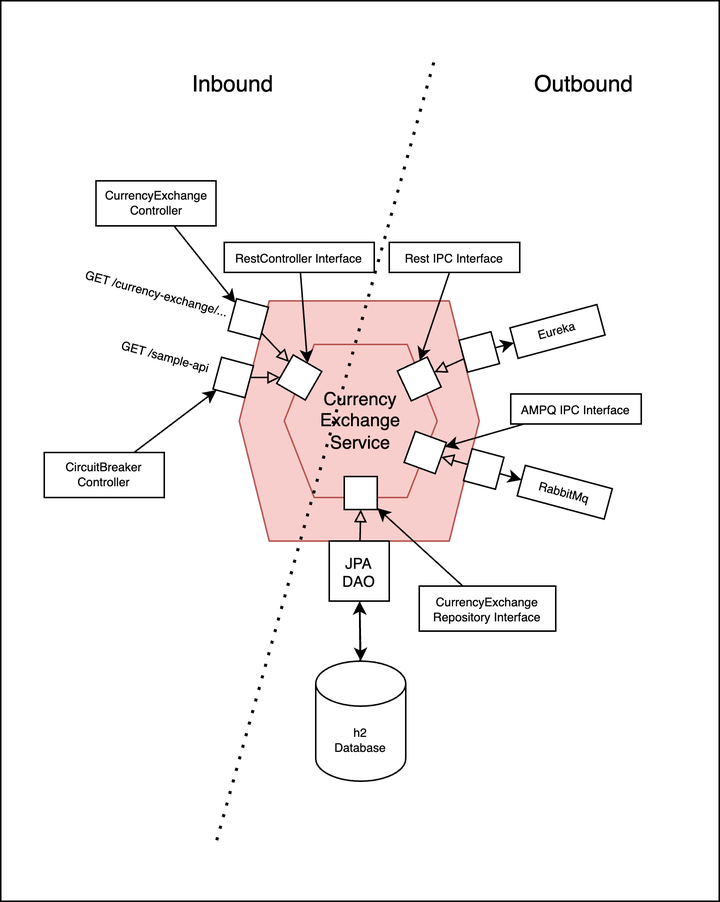
Earlier version of the draw.io export currency-exchange-service/CurrencyExchangeService.png (nikkscode/learning_microservices). Source tidied: cells renumbered, new cells last; positions are measured from the earlier drawing's top-left corner, leaving out a move shared by most shapes.
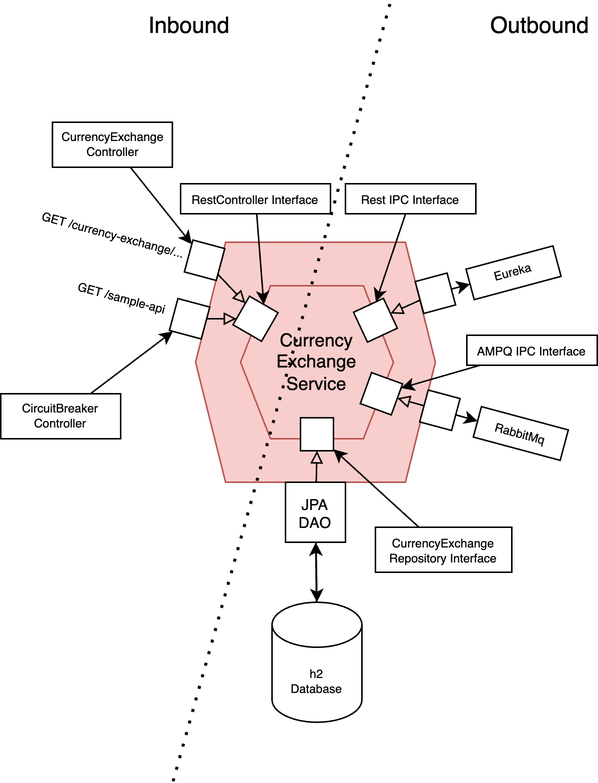
The same file after the commit.

Commit message:
reloaded faulty images

What changed in the source:
```diff
@@ -125,8 +125,5 @@
     <mxCell id="41" value="&lt;span style=&quot;font-size: 15px;&quot;&gt;Outbound&lt;/span&gt;" style="text;html=1;strokeColor=none;fillColor=none;align=center;verticalAlign=middle;whiteSpace=wrap;rounded=0;fontSize=8;" parent="1" vertex="1">
       <mxGeometry x="359" y="40" width="60" height="30" as="geometry" />
     </mxCell>
-    <mxCell id="42" style="rounded=0;whiteSpace=wrap;html=1;fontSize=15;strokeColor=default;fillColor=none;" parent="1" vertex="1">
-      <mxGeometry width="479" height="600" as="geometry" />
-    </mxCell>
   </root>
 </mxGraphModel>
```
